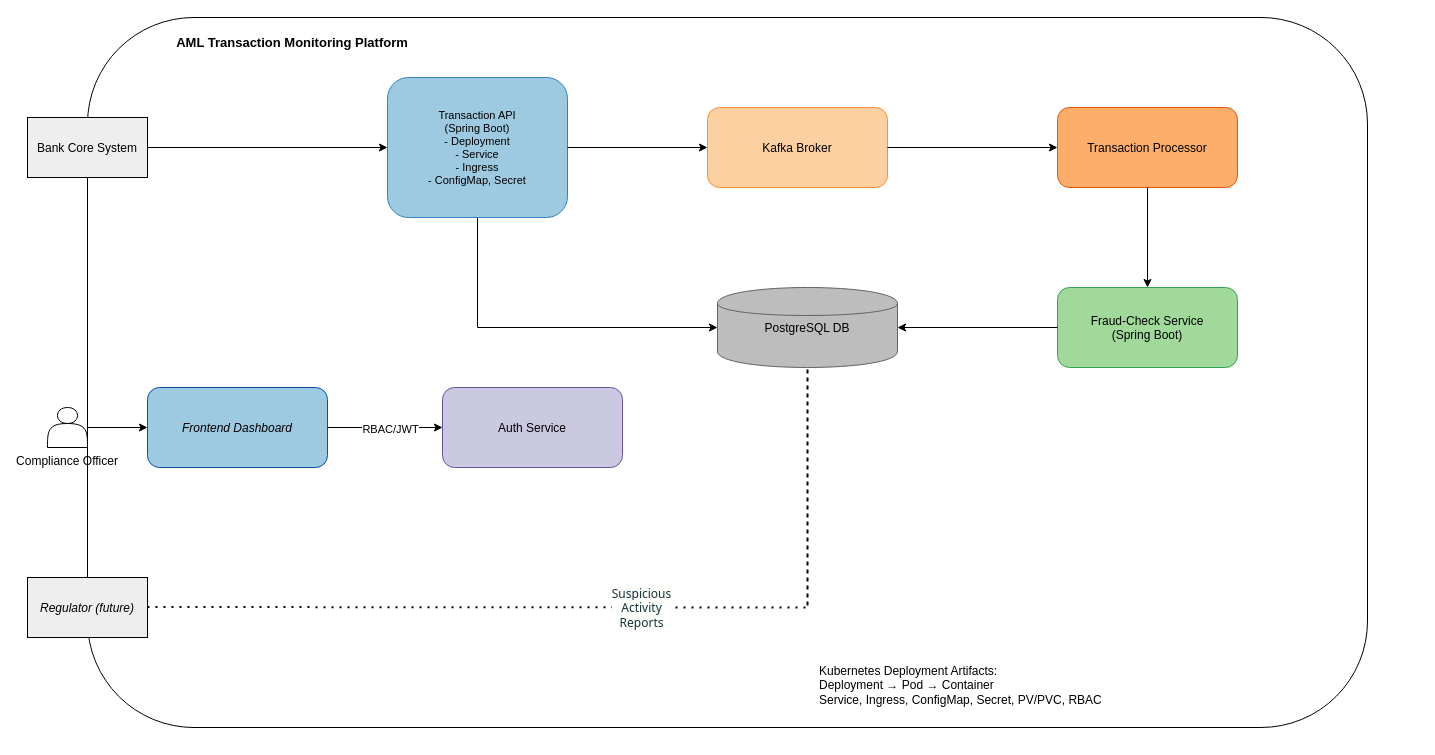
rahulkumar0023/poc-aml-monitoring keeps this draw.io diagram as docs/poc-aml-monitoring-architecture.drawio. Above is the earlier version. Source tidied: cells renumbered, new cells numbered last; positions are measured from the earlier drawing's top-left corner, leaving out a move shared by most shapes. Both pictures are drawn from the tidied source at 100%, with x=0, y=0 at pixel (27, 17).
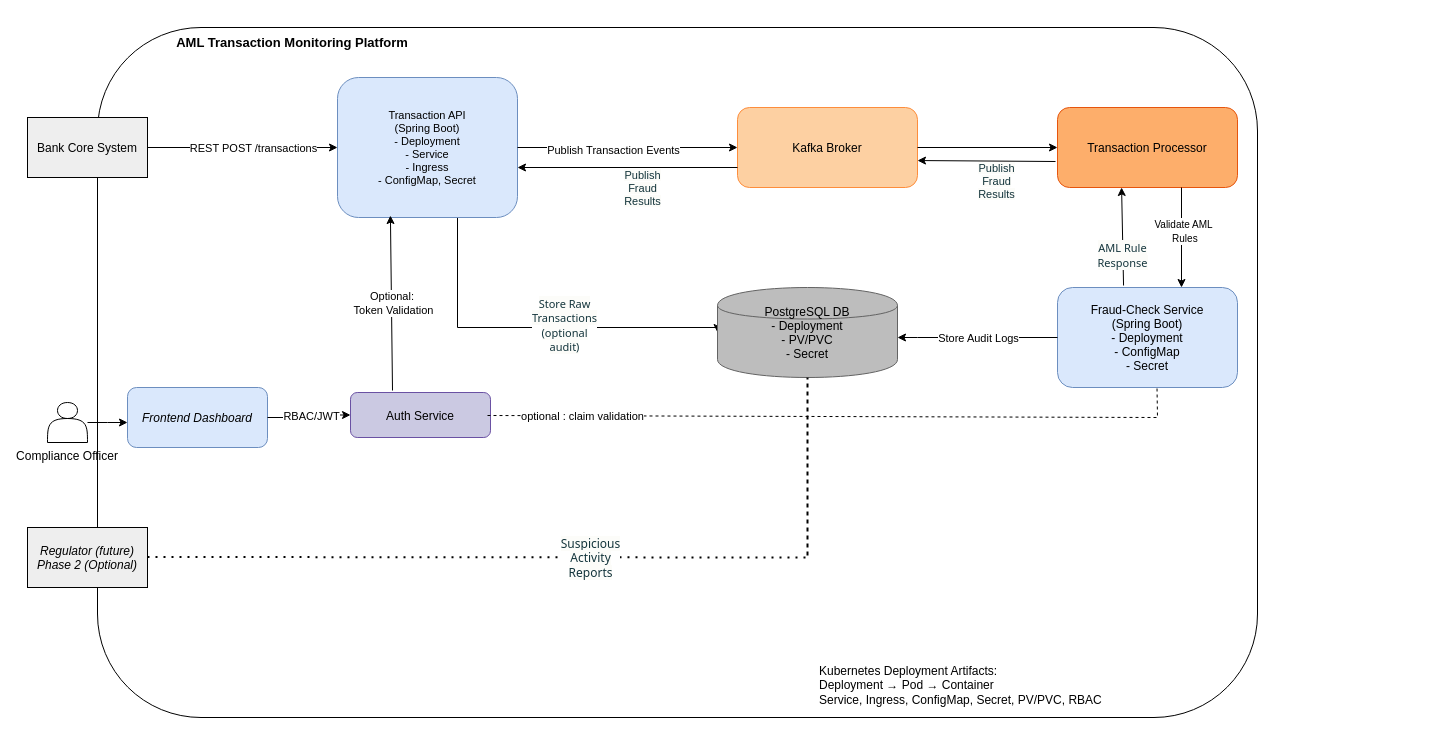
After the change.

The change refers to these unchanged cells:
```xml
<mxCell id="9" value="Transaction Processor" style="shape=rectangle;rounded=1;fillColor=#fdae6b;strokeColor=#e6550d;" parent="1" vertex="1">
  <mxGeometry x="1030" y="90" width="180" height="80" as="geometry" />
</mxCell>
<mxCell id="14" style="edgeStyle=orthogonalEdgeStyle;rounded=0;strokeColor=#000000;" parent="1" edge="1" source="4" target="7">
  <mxGeometry relative="1" as="geometry" />
</mxCell>
<mxCell id="15" style="edgeStyle=orthogonalEdgeStyle;rounded=0;strokeColor=#000000;" parent="1" edge="1" source="7" target="8">
  <mxGeometry relative="1" as="geometry" />
</mxCell>
```

What changed in the source:
```diff
@@
     <mxCell id="2" style="shape=rectangle;rounded=1;strokeColor=#000000;fillColor=#ffffff;fontStyle=1;" parent="1" vertex="1">
-      <mxGeometry x="60" width="1280" height="710" as="geometry" />
+      <mxGeometry x="70" y="10" width="1160" height="690" as="geometry" />
     </mxCell>
     <mxCell id="3" value="Compliance Officer" style="shape=actor;verticalLabelPosition=bottom;verticalAlign=top;" parent="1" vertex="1">
-      <mxGeometry x="20" y="390" width="40" height="40" as="geometry" />
+      <mxGeometry x="20" y="385" width="40" height="40" as="geometry" />
     </mxCell>
@@
-    <mxCell id="5" value="Regulator (future)" style="shape=rectangle;fillColor=#eeeeee;fontStyle=2;" parent="1" vertex="1">
-      <mxGeometry y="560" width="120" height="60" as="geometry" />
+    <mxCell id="5" value="Regulator (future)&#10;Phase 2 (Optional)" style="shape=rectangle;fillColor=#eeeeee;fontStyle=2;" parent="1" vertex="1">
+      <mxGeometry y="510" width="120" height="60" as="geometry" />
     </mxCell>
-    <mxCell id="6" style="edgeStyle=orthogonalEdgeStyle;rounded=0;jettySize=auto;html=1;entryX=0;entryY=0.5;entryDx=0;entryDy=0;" parent="1" edge="1" source="7" target="11">
+    <mxCell id="6" style="edgeStyle=orthogonalEdgeStyle;rounded=0;jettySize=auto;html=1;entryX=0;entryY=0.5;entryDx=0;entryDy=0;" parent="1" edge="1" target="11">
       <mxGeometry relative="1" as="geometry">
+        <mxPoint x="430" y="200" as="sourcePoint" />
         <Array as="points">
-          <mxPoint x="450" y="310" />
+          <mxPoint x="430" y="310" />
+          <mxPoint x="690" y="310" />
         </Array>
       </mxGeometry>
     </mxCell>
+    <mxCell id="26" value="&lt;span style=&quot;color: oklch(0.3039 0.04 213.68); font-family: fkGroteskNeue, &amp;quot;fkGroteskNeue Fallback&amp;quot;, ui-sans-serif, system-ui, -apple-system, &amp;quot;system-ui&amp;quot;, &amp;quot;Segoe UI&amp;quot;, Roboto, &amp;quot;Helvetica Neue&amp;quot;, Arial, &amp;quot;Noto Sans&amp;quot;, sans-serif, &amp;quot;Apple Color Emoji&amp;quot;, &amp;quot;Segoe UI Emoji&amp;quot;, &amp;quot;Segoe UI Symbol&amp;quot;, &amp;quot;Noto Color Emoji&amp;quot;; text-align: left; text-wrap-mode: wrap; background-color: oklch(0.9902 0.004 106.47);&quot;&gt;&lt;font&gt;Store Raw Transactions (optional audit)&lt;/font&gt;&lt;/span&gt;" style="edgeLabel;html=1;align=center;verticalAlign=middle;" parent="6" vertex="1">
+      <mxGeometry x="0.15" y="3" relative="1" as="geometry" />
+    </mxCell>
-    <mxCell id="7" value="Transaction API&#10;(Spring Boot)&#10;- Deployment&#10;- Service&#10;- Ingress&#10;- ConfigMap, Secret" style="shape=rectangle;rounded=1;fillColor=#9ecae1;strokeColor=#3182bd;fontSize=11;align=center;" parent="1" vertex="1">
-      <mxGeometry x="360" y="60" width="180" height="140" as="geometry" />
+    <mxCell id="7" value="Transaction API&#10;(Spring Boot)&#10;- Deployment&#10;- Service&#10;- Ingress&#10;- ConfigMap, Secret" style="shape=rectangle;rounded=1;fillColor=#dae8fc;strokeColor=#6c8ebf;fontSize=11;align=center;" parent="1" vertex="1">
+      <mxGeometry x="310" y="60" width="180" height="140" as="geometry" />
     </mxCell>
     <mxCell id="8" value="Kafka Broker" style="shape=rectangle;rounded=1;fillColor=#fdd0a2;strokeColor=#fd8d3c;" parent="1" vertex="1">
-      <mxGeometry x="680" y="90" width="180" height="80" as="geometry" />
+      <mxGeometry x="710" y="90" width="180" height="80" as="geometry" />
     </mxCell>
@@
-    <mxCell id="10" value="Fraud-Check Service&#10;(Spring Boot)" style="shape=rectangle;rounded=1;fillColor=#a1d99b;strokeColor=#31a354;" parent="1" vertex="1">
-      <mxGeometry x="1030" y="270" width="180" height="80" as="geometry" />
+    <mxCell id="10" value="Fraud-Check Service&#10;(Spring Boot)&#10;- Deployment&#10;- ConfigMap&#10;- Secret" style="shape=rectangle;rounded=1;fillColor=#dae8fc;strokeColor=#6c8ebf;" parent="1" vertex="1">
+      <mxGeometry x="1030" y="270" width="180" height="100" as="geometry" />
     </mxCell>
-    <mxCell id="11" value="PostgreSQL DB" style="shape=cylinder;fillColor=#bdbdbd;strokeColor=#636363;" parent="1" vertex="1">
-      <mxGeometry x="690" y="270" width="180" height="80" as="geometry" />
+    <mxCell id="11" value="PostgreSQL DB&#10;- Deployment&#10;- PV/PVC&#10;- Secret" style="shape=cylinder;fillColor=#bdbdbd;strokeColor=#636363;" parent="1" vertex="1">
+      <mxGeometry x="690" y="270" width="180" height="90" as="geometry" />
     </mxCell>
     <mxCell id="12" value="Auth Service" style="shape=rectangle;rounded=1;fillColor=#cbc9e2;strokeColor=#6a51a3;" parent="1" vertex="1">
-      <mxGeometry x="415" y="370" width="180" height="80" as="geometry" />
+      <mxGeometry x="323" y="375" width="140" height="45" as="geometry" />
     </mxCell>
-    <mxCell id="13" value="Frontend Dashboard" style="shape=rectangle;rounded=1;fillColor=#9ecae1;strokeColor=#08519c;fontStyle=2;" parent="1" vertex="1">
-      <mxGeometry x="120" y="370" width="180" height="80" as="geometry" />
+    <mxCell id="13" value="Frontend Dashboard" style="shape=rectangle;rounded=1;fillColor=#dae8fc;strokeColor=#6c8ebf;fontStyle=2;" parent="1" vertex="1">
+      <mxGeometry x="100" y="370" width="140" height="60" as="geometry" />
     </mxCell>
@@
+    <mxCell id="27" value="REST POST /transactions" style="edgeLabel;html=1;align=center;verticalAlign=middle;" parent="14" vertex="1">
+      <mxGeometry x="0.11" relative="1" as="geometry" />
+    </mxCell>
@@
+    <mxCell id="28" value="Publish Transaction Events" style="edgeLabel;html=1;align=center;verticalAlign=middle;" parent="15" vertex="1">
+      <mxGeometry x="-0.14" y="-2" relative="1" as="geometry" />
+    </mxCell>
@@
-    <mxCell id="17" style="edgeStyle=orthogonalEdgeStyle;rounded=0;strokeColor=#000000;" parent="1" edge="1" source="9" target="10">
-      <mxGeometry relative="1" as="geometry" />
+    <mxCell id="17" style="edgeStyle=orthogonalEdgeStyle;rounded=0;strokeColor=#000000;" parent="1" edge="1">
+      <mxGeometry relative="1" as="geometry">
+        <mxPoint x="1154" y="170" as="sourcePoint" />
+        <mxPoint x="1154" y="270" as="targetPoint" />
+      </mxGeometry>
     </mxCell>
+    <mxCell id="29" value="&lt;font style=&quot;font-size: 10px;&quot;&gt;Validate AML&lt;/font&gt;&lt;div&gt;&lt;font style=&quot;font-size: 10px;&quot;&gt;&amp;nbsp;Rules&lt;/font&gt;&lt;/div&gt;" style="edgeLabel;html=1;align=center;verticalAlign=middle;" parent="17" vertex="1">
+      <mxGeometry x="-0.14" y="1" relative="1" as="geometry" />
+    </mxCell>
     <mxCell id="18" style="edgeStyle=orthogonalEdgeStyle;rounded=0;strokeColor=#000000;" parent="1" edge="1" source="10" target="11">
-      <mxGeometry relative="1" as="geometry" />
+      <mxGeometry relative="1" as="geometry">
+        <Array as="points">
+          <mxPoint x="890" y="320" />
+          <mxPoint x="890" y="320" />
+        </Array>
+      </mxGeometry>
     </mxCell>
+    <mxCell id="30" value="Store Audit Logs" style="edgeLabel;html=1;align=center;verticalAlign=middle;" parent="18" vertex="1">
+      <mxGeometry relative="1" as="geometry" />
+    </mxCell>
-    <mxCell id="19" style="edgeStyle=orthogonalEdgeStyle;rounded=0;strokeColor=#000000;" parent="1" edge="1" source="3" target="13">
-      <mxGeometry relative="1" as="geometry" />
+    <mxCell id="19" style="edgeStyle=orthogonalEdgeStyle;rounded=0;strokeColor=#000000;" parent="1" edge="1" source="3">
+      <mxGeometry relative="1" as="geometry">
+        <mxPoint x="100" y="405" as="targetPoint" />
+      </mxGeometry>
     </mxCell>
@@
     <mxCell id="24" style="endArrow=none;dashed=1;html=1;dashPattern=1 3;strokeWidth=2;rounded=0;" parent="1" edge="1">
       <mxGeometry relative="1" as="geometry">
-        <mxPoint x="120" y="589.5" as="sourcePoint" />
-        <mxPoint x="780" y="590" as="targetPoint" />
+        <mxPoint x="120" y="539.5" as="sourcePoint" />
+        <mxPoint x="780" y="540" as="targetPoint" />
         <Array as="points">
-          <mxPoint x="780" y="590" />
-          <mxPoint x="780" y="350" />
+          <mxPoint x="780" y="540" />
+          <mxPoint x="780" y="360" />
         </Array>
       </mxGeometry>
     </mxCell>
@@
+    <mxCell id="31" style="endArrow=none;dashed=1;html=1;rounded=0;entryX=0.922;entryY=0.536;entryDx=0;entryDy=0;entryPerimeter=0;" parent="1" edge="1">
+      <mxGeometry relative="1" as="geometry">
+        <mxPoint x="460" y="398" as="sourcePoint" />
+        <mxPoint x="1129.5" y="370" as="targetPoint" />
+        <Array as="points">
+          <mxPoint x="1130" y="400" />
+        </Array>
+      </mxGeometry>
+    </mxCell>
+    <mxCell id="32" value="optional : claim validation" style="edgeLabel;html=1;align=center;verticalAlign=middle;" parent="31" vertex="1">
+      <mxGeometry x="-0.73" relative="1" as="geometry" />
+    </mxCell>
+    <mxCell id="33" style="endArrow=classic;html=1;rounded=0;entryX=1;entryY=0.663;entryDx=0;entryDy=0;entryPerimeter=0;exitX=-0.011;exitY=0.675;exitDx=0;exitDy=0;exitPerimeter=0;" parent="1" edge="1" source="9" target="8">
+      <mxGeometry relative="1" as="geometry" />
+    </mxCell>
+    <mxCell id="34" value="&lt;span style=&quot;color: oklch(0.3039 0.04 213.68); text-align: left; text-wrap-mode: wrap; background-color: oklch(0.9902 0.004 106.47);&quot;&gt;&lt;font style=&quot;&quot;&gt;Publish Fraud Results&lt;/font&gt;&lt;/span&gt;" style="edgeLabel;html=1;align=center;verticalAlign=middle;" parent="33" vertex="1">
+      <mxGeometry x="-0.13" y="-1" relative="1" as="geometry">
+        <mxPoint y="21" as="offset" />
+      </mxGeometry>
+    </mxCell>
+    <mxCell id="35" style="endArrow=classic;html=1;rounded=0;entryX=0.356;entryY=1;entryDx=0;entryDy=0;entryPerimeter=0;exitX=0.367;exitY=-0.02;exitDx=0;exitDy=0;exitPerimeter=0;" parent="1" edge="1" source="10" target="9">
+      <mxGeometry relative="1" as="geometry" />
+    </mxCell>
+    <mxCell id="36" value="&lt;span style=&quot;color: oklch(0.3039 0.04 213.68); font-family: fkGroteskNeue, &amp;quot;fkGroteskNeue Fallback&amp;quot;, ui-sans-serif, system-ui, -apple-system, &amp;quot;system-ui&amp;quot;, &amp;quot;Segoe UI&amp;quot;, Roboto, &amp;quot;Helvetica Neue&amp;quot;, Arial, &amp;quot;Noto Sans&amp;quot;, sans-serif, &amp;quot;Apple Color Emoji&amp;quot;, &amp;quot;Segoe UI Emoji&amp;quot;, &amp;quot;Segoe UI Symbol&amp;quot;, &amp;quot;Noto Color Emoji&amp;quot;; text-align: left; text-wrap-mode: wrap; background-color: oklch(0.9902 0.004 106.47);&quot;&gt;&lt;font&gt;AML Rule Response&lt;/font&gt;&lt;/span&gt;" style="edgeLabel;html=1;align=center;verticalAlign=middle;" parent="35" vertex="1">
+      <mxGeometry x="-0.37" y="1" relative="1" as="geometry" />
+    </mxCell>
+    <mxCell id="37" style="endArrow=classic;html=1;rounded=0;entryX=0.294;entryY=0.986;entryDx=0;entryDy=0;entryPerimeter=0;exitX=0.3;exitY=-0.044;exitDx=0;exitDy=0;exitPerimeter=0;" parent="1" edge="1" source="12" target="7">
+      <mxGeometry relative="1" as="geometry" />
+    </mxCell>
+    <mxCell id="38" value="Optional:&amp;nbsp;&lt;div&gt;Token Validation&lt;/div&gt;" style="edgeLabel;html=1;align=center;verticalAlign=middle;" parent="37" vertex="1">
+      <mxGeometry x="0.01" y="-2" relative="1" as="geometry" />
+    </mxCell>
+    <mxCell id="39" style="endArrow=classic;html=1;rounded=0;exitX=0;exitY=0.75;exitDx=0;exitDy=0;" parent="1" edge="1" source="8">
+      <mxGeometry relative="1" as="geometry">
+        <mxPoint x="490" y="150" as="targetPoint" />
+      </mxGeometry>
+    </mxCell>
+    <mxCell id="40" value="&lt;span style=&quot;color: oklch(0.3039 0.04 213.68); text-align: left; text-wrap-mode: wrap; background-color: oklch(0.9902 0.004 106.47);&quot;&gt;&lt;font style=&quot;&quot;&gt;Publish Fraud Results&lt;/font&gt;&lt;/span&gt;" style="edgeLabel;html=1;align=center;verticalAlign=middle;" parent="39" vertex="1">
+      <mxGeometry x="-0.13" y="-1" relative="1" as="geometry">
+        <mxPoint y="21" as="offset" />
+      </mxGeometry>
+    </mxCell>
```
